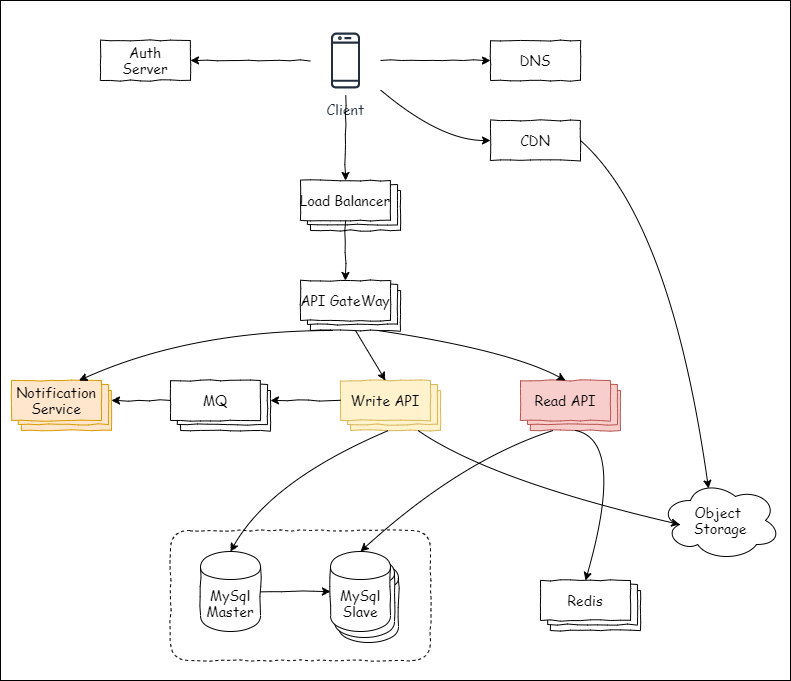
Above: final/img/deploy.drawio.png in an-Onion/architect-camp (draw.io), before the change. Source tidied: cells renumbered, new cells last; positions are measured from the earlier drawing's top-left corner, leaving out a move shared by most shapes.
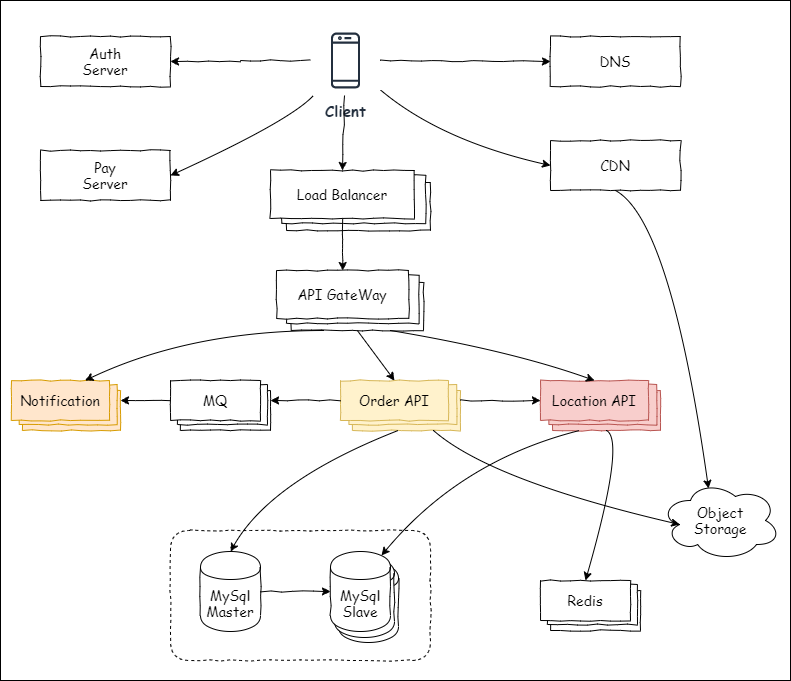
Above is the later version.

What changed in the source:
```diff
@@ -8,14 +8,14 @@
     <mxCell id="3" style="edgeStyle=orthogonalEdgeStyle;rounded=0;jettySize=auto;html=1;entryX=1;entryY=0.5;entryDx=0;entryDy=0;comic=1;" parent="1" edge="1" source="4" target="59">
       <mxGeometry relative="1" as="geometry" />
     </mxCell>
-    <mxCell id="4" value="Client" style="outlineConnect=0;fontColor=#232F3E;gradientColor=none;strokeColor=#232F3E;fillColor=#ffffff;dashed=0;verticalLabelPosition=bottom;verticalAlign=top;align=center;html=1;fontSize=14;fontStyle=0;shape=mxgraph.aws4.resourceIcon;resIcon=mxgraph.aws4.mobile_client;fontFamily=Comic Sans MS;" parent="1" vertex="1">
+    <mxCell id="4" value="&lt;b&gt;&lt;font style=&quot;font-size: 15px&quot;&gt;Client&lt;/font&gt;&lt;/b&gt;" style="outlineConnect=0;fontColor=#232F3E;gradientColor=none;strokeColor=#232F3E;fillColor=#ffffff;dashed=0;verticalLabelPosition=bottom;verticalAlign=top;align=center;html=1;fontSize=14;fontStyle=0;shape=mxgraph.aws4.resourceIcon;resIcon=mxgraph.aws4.mobile_client;fontFamily=Comic Sans MS;" parent="1" vertex="1">
       <mxGeometry x="310" y="25" width="70" height="70" as="geometry" />
     </mxCell>
     <mxCell id="5" value="DNS" style="rounded=0;whiteSpace=wrap;html=1;comic=1;fontFamily=Comic Sans MS;fontSize=14;" parent="1" vertex="1">
-      <mxGeometry x="490" y="40" width="90" height="40" as="geometry" />
+      <mxGeometry x="550" y="36" width="130" height="50" as="geometry" />
     </mxCell>
     <mxCell id="6" value="CDN" style="rounded=0;whiteSpace=wrap;html=1;comic=1;fontFamily=Comic Sans MS;fontSize=14;" parent="1" vertex="1">
-      <mxGeometry x="490" y="120" width="90" height="40" as="geometry" />
+      <mxGeometry x="550" y="140" width="130" height="50" as="geometry" />
     </mxCell>
     <mxCell id="7" style="curved=1;endArrow=classic;html=1;entryX=0;entryY=0.5;entryDx=0;entryDy=0;fontFamily=Comic Sans MS;fontSize=14;" parent="1" edge="1" source="4" target="6">
       <mxGeometry relative="1" as="geometry">
@@ -31,52 +31,52 @@
       <mxGeometry relative="1" as="geometry" />
     </mxCell>
     <mxCell id="10" style="group;fontFamily=Comic Sans MS;fontSize=14;" parent="1" vertex="1">
-      <mxGeometry x="300" y="280" width="100" height="50" as="geometry" />
+      <mxGeometry x="276" y="270" width="147" height="60" as="geometry" />
     </mxCell>
     <mxCell id="11" style="rounded=0;whiteSpace=wrap;html=1;comic=1;fontFamily=Comic Sans MS;fontSize=14;" parent="10" vertex="1">
-      <mxGeometry x="10" y="10" width="90" height="40" as="geometry" />
+      <mxGeometry x="14.7" y="12" width="132.3" height="48" as="geometry" />
     </mxCell>
     <mxCell id="12" style="rounded=0;whiteSpace=wrap;html=1;comic=1;fontFamily=Comic Sans MS;fontSize=14;" parent="10" vertex="1">
-      <mxGeometry x="7" y="4" width="90" height="40" as="geometry" />
+      <mxGeometry x="10.3" y="4.8" width="132.3" height="48" as="geometry" />
     </mxCell>
     <mxCell id="13" value="API&amp;nbsp;GateWay" style="rounded=0;whiteSpace=wrap;html=1;comic=1;fontFamily=Comic Sans MS;fontSize=14;" parent="10" vertex="1">
-      <mxGeometry width="90" height="40" as="geometry" />
+      <mxGeometry width="132.3" height="48" as="geometry" />
     </mxCell>
     <mxCell id="14" style="group;fontFamily=Comic Sans MS;fontSize=14;" parent="1" vertex="1">
-      <mxGeometry x="300" y="180" width="100" height="50" as="geometry" />
+      <mxGeometry x="270" y="170" width="160" height="60" as="geometry" />
     </mxCell>
     <mxCell id="15" style="rounded=0;whiteSpace=wrap;html=1;comic=1;fontFamily=Comic Sans MS;fontSize=14;" parent="14" vertex="1">
-      <mxGeometry x="10" y="10" width="90" height="40" as="geometry" />
+      <mxGeometry x="16" y="12" width="144" height="48" as="geometry" />
     </mxCell>
     <mxCell id="16" style="rounded=0;whiteSpace=wrap;html=1;comic=1;fontFamily=Comic Sans MS;fontSize=14;" parent="14" vertex="1">
-      <mxGeometry x="7" y="4" width="90" height="40" as="geometry" />
+      <mxGeometry x="11.2" y="4.8" width="144" height="48" as="geometry" />
     </mxCell>
     <mxCell id="17" value="Load&amp;nbsp;Balancer" style="rounded=0;whiteSpace=wrap;html=1;comic=1;fontFamily=Comic Sans MS;fontSize=14;" parent="14" vertex="1">
-      <mxGeometry width="90" height="40" as="geometry" />
+      <mxGeometry width="144" height="48" as="geometry" />
     </mxCell>
     <mxCell id="18" style="group;fontFamily=Comic Sans MS;fontSize=14;" parent="1" vertex="1">
-      <mxGeometry x="520" y="380" width="100" height="50" as="geometry" />
+      <mxGeometry x="540" y="380" width="120" height="50" as="geometry" />
     </mxCell>
     <mxCell id="19" style="rounded=0;whiteSpace=wrap;html=1;comic=1;fontFamily=Comic Sans MS;fontSize=14;fillColor=#f8cecc;strokeColor=#b85450;" parent="18" vertex="1">
-      <mxGeometry x="10" y="10" width="90" height="40" as="geometry" />
+      <mxGeometry x="12" y="10" width="108" height="40" as="geometry" />
     </mxCell>
     <mxCell id="20" style="rounded=0;whiteSpace=wrap;html=1;comic=1;fontFamily=Comic Sans MS;fontSize=14;fillColor=#f8cecc;strokeColor=#b85450;" parent="18" vertex="1">
-      <mxGeometry x="7" y="4" width="90" height="40" as="geometry" />
+      <mxGeometry x="8.4" y="4" width="108" height="40" as="geometry" />
     </mxCell>
-    <mxCell id="21" value="Read&amp;nbsp;API" style="rounded=0;whiteSpace=wrap;html=1;comic=1;fontFamily=Comic Sans MS;fontSize=14;fillColor=#f8cecc;strokeColor=#b85450;" parent="18" vertex="1">
-      <mxGeometry width="90" height="40" as="geometry" />
+    <mxCell id="21" value="Location API" style="rounded=0;whiteSpace=wrap;html=1;comic=1;fontFamily=Comic Sans MS;fontSize=14;fillColor=#f8cecc;strokeColor=#b85450;" parent="18" vertex="1">
+      <mxGeometry width="108" height="40" as="geometry" />
     </mxCell>
     <mxCell id="22" style="group;fontFamily=Comic Sans MS;fontSize=14;" parent="1" vertex="1">
-      <mxGeometry x="340" y="380" width="100" height="50" as="geometry" />
+      <mxGeometry x="340" y="380" width="120" height="50" as="geometry" />
     </mxCell>
     <mxCell id="23" style="rounded=0;whiteSpace=wrap;html=1;comic=1;fontFamily=Comic Sans MS;fontSize=14;fillColor=#fff2cc;strokeColor=#d6b656;" parent="22" vertex="1">
-      <mxGeometry x="10" y="10" width="90" height="40" as="geometry" />
+      <mxGeometry x="12" y="10" width="108" height="40" as="geometry" />
     </mxCell>
     <mxCell id="24" style="rounded=0;whiteSpace=wrap;html=1;comic=1;fontFamily=Comic Sans MS;fontSize=14;fillColor=#fff2cc;strokeColor=#d6b656;" parent="22" vertex="1">
-      <mxGeometry x="7" y="4" width="90" height="40" as="geometry" />
+      <mxGeometry x="8.4" y="4" width="108" height="40" as="geometry" />
     </mxCell>
-    <mxCell id="25" value="Write&amp;nbsp;API" style="rounded=0;whiteSpace=wrap;html=1;comic=1;fontFamily=Comic Sans MS;fontSize=14;fillColor=#fff2cc;strokeColor=#d6b656;" parent="22" vertex="1">
-      <mxGeometry width="90" height="40" as="geometry" />
+    <mxCell id="25" value="Order API" style="rounded=0;whiteSpace=wrap;html=1;comic=1;fontFamily=Comic Sans MS;fontSize=14;fillColor=#fff2cc;strokeColor=#d6b656;" parent="22" vertex="1">
+      <mxGeometry width="108" height="40" as="geometry" />
     </mxCell>
     <mxCell id="26" style="group;fontFamily=Comic Sans MS;fontSize=14;" parent="1" vertex="1">
       <mxGeometry x="540" y="580" width="100" height="50" as="geometry" />
@@ -108,16 +108,16 @@
       <mxGeometry relative="1" as="geometry" />
     </mxCell>
     <mxCell id="33" style="group;fontFamily=Comic Sans MS;fontSize=14;fillColor=none;strokeColor=none;gradientColor=none;" parent="1" vertex="1">
-      <mxGeometry x="11" y="380" width="100" height="50" as="geometry" />
+      <mxGeometry x="11" y="380" width="109" height="50" as="geometry" />
     </mxCell>
     <mxCell id="34" style="rounded=0;whiteSpace=wrap;html=1;comic=1;fontFamily=Comic Sans MS;fontSize=14;fillColor=#ffe6cc;strokeColor=#d79b00;" parent="33" vertex="1">
-      <mxGeometry x="10" y="10" width="90" height="40" as="geometry" />
+      <mxGeometry x="10.9" y="10" width="98.1" height="40" as="geometry" />
     </mxCell>
     <mxCell id="35" style="rounded=0;whiteSpace=wrap;html=1;comic=1;fontFamily=Comic Sans MS;fontSize=14;fillColor=#ffe6cc;strokeColor=#d79b00;" parent="33" vertex="1">
-      <mxGeometry x="7" y="4" width="90" height="40" as="geometry" />
+      <mxGeometry x="7.6" y="4" width="98.1" height="40" as="geometry" />
     </mxCell>
-    <mxCell id="36" value="Notification&lt;br style=&quot;font-size: 14px;&quot;&gt;Service" style="rounded=0;whiteSpace=wrap;html=1;comic=1;fontFamily=Comic Sans MS;fontSize=14;fillColor=#ffe6cc;strokeColor=#d79b00;" parent="33" vertex="1">
-      <mxGeometry width="90" height="40" as="geometry" />
+    <mxCell id="36" value="Notification" style="rounded=0;whiteSpace=wrap;html=1;comic=1;fontFamily=Comic Sans MS;fontSize=14;fillColor=#ffe6cc;strokeColor=#d79b00;" parent="33" vertex="1">
+      <mxGeometry width="98.1" height="40" as="geometry" />
     </mxCell>
     <mxCell id="37" style="group;fontFamily=Comic Sans MS;fontSize=14;" parent="1" vertex="1">
       <mxGeometry x="170" y="380" width="100" height="50" as="geometry" />
@@ -134,10 +134,10 @@
     <mxCell id="41" style="edgeStyle=orthogonalEdgeStyle;rounded=0;comic=1;jettySize=auto;html=1;fontFamily=Comic Sans MS;fontSize=14;" parent="1" edge="1" source="17" target="13">
       <mxGeometry relative="1" as="geometry" />
     </mxCell>
-    <mxCell id="42" value="Object&amp;nbsp;&lt;br style=&quot;font-size: 14px;&quot;&gt;Storage" style="ellipse;shape=cloud;whiteSpace=wrap;html=1;comic=1;fontFamily=Comic Sans MS;fontSize=14;" parent="1" vertex="1">
+    <mxCell id="42" value="Object&lt;br&gt;Storage" style="ellipse;shape=cloud;whiteSpace=wrap;html=1;comic=1;fontFamily=Comic Sans MS;fontSize=14;" parent="1" vertex="1">
       <mxGeometry x="660" y="480" width="120" height="80" as="geometry" />
     </mxCell>
-    <mxCell id="43" style="curved=1;endArrow=classic;html=1;exitX=1;exitY=0.5;exitDx=0;exitDy=0;entryX=0.4;entryY=0.1;entryDx=0;entryDy=0;entryPerimeter=0;fontFamily=Comic Sans MS;fontSize=14;" parent="1" edge="1" source="6" target="42">
+    <mxCell id="43" style="curved=1;endArrow=classic;html=1;exitX=0.5;exitY=1;exitDx=0;exitDy=0;entryX=0.4;entryY=0.1;entryDx=0;entryDy=0;entryPerimeter=0;fontFamily=Comic Sans MS;fontSize=14;" parent="1" edge="1" source="6" target="42">
       <mxGeometry relative="1" as="geometry">
         <Array as="points">
           <mxPoint x="670" y="220" />
@@ -185,7 +185,7 @@
         </Array>
       </mxGeometry>
     </mxCell>
-    <mxCell id="55" style="curved=1;endArrow=classic;html=1;entryX=0.5;entryY=0;entryDx=0;entryDy=0;exitX=0.25;exitY=1;exitDx=0;exitDy=0;fontFamily=Comic Sans MS;fontSize=14;" parent="1" edge="1" source="19" target="53">
+    <mxCell id="55" style="curved=1;endArrow=classic;html=1;entryX=0.85;entryY=0.05;entryDx=0;entryDy=0;exitX=0.25;exitY=1;exitDx=0;exitDy=0;fontFamily=Comic Sans MS;fontSize=14;entryPerimeter=0;" parent="1" edge="1" source="19" target="53">
       <mxGeometry relative="1" as="geometry">
         <Array as="points">
           <mxPoint x="460" y="460" />
@@ -206,7 +206,20 @@
       </mxGeometry>
     </mxCell>
     <mxCell id="59" value="Auth&lt;br&gt;Server" style="rounded=0;whiteSpace=wrap;html=1;comic=1;fontFamily=Comic Sans MS;fontSize=14;" parent="1" vertex="1">
-      <mxGeometry x="100" y="40" width="90" height="40" as="geometry" />
+      <mxGeometry x="40" y="36" width="130" height="50" as="geometry" />
     </mxCell>
+    <mxCell id="60" value="Pay&lt;br&gt;Server" style="rounded=0;whiteSpace=wrap;html=1;comic=1;fontFamily=Comic Sans MS;fontSize=14;" parent="1" vertex="1">
+      <mxGeometry x="40" y="150" width="130" height="50" as="geometry" />
+    </mxCell>
+    <mxCell id="61" style="curved=1;endArrow=classic;html=1;entryX=1;entryY=0.5;entryDx=0;entryDy=0;fontFamily=Comic Sans MS;fontSize=14;" parent="1" edge="1" source="4" target="60">
+      <mxGeometry relative="1" as="geometry">
+        <Array as="points">
+          <mxPoint x="290" y="120" />
+        </Array>
+      </mxGeometry>
+    </mxCell>
+    <mxCell id="62" style="edgeStyle=orthogonalEdgeStyle;rounded=0;comic=1;jettySize=auto;html=1;entryX=0;entryY=0.5;entryDx=0;entryDy=0;fontFamily=Comic Sans MS;fontSize=14;exitX=1;exitY=0.25;exitDx=0;exitDy=0;" parent="1" edge="1" source="23" target="21">
+      <mxGeometry relative="1" as="geometry" />
+    </mxCell>
   </root>
 </mxGraphModel>
```
